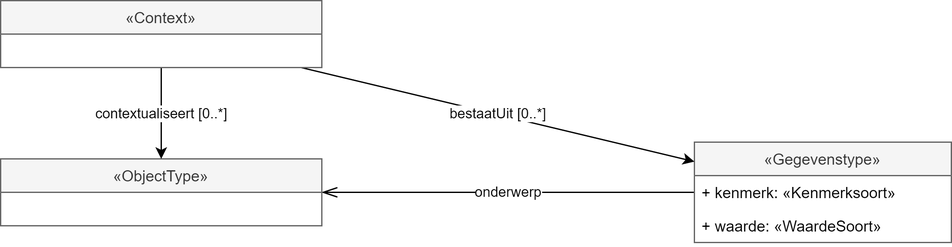
Before: casus/imboom/media/a-metamodel.png, a diagram exported from draw.io (Geonovum/disgeo-imsor). Source tidied: cells renumbered, new cells last; positions are measured from the earlier drawing's top-left corner, leaving out a move shared by most shapes.
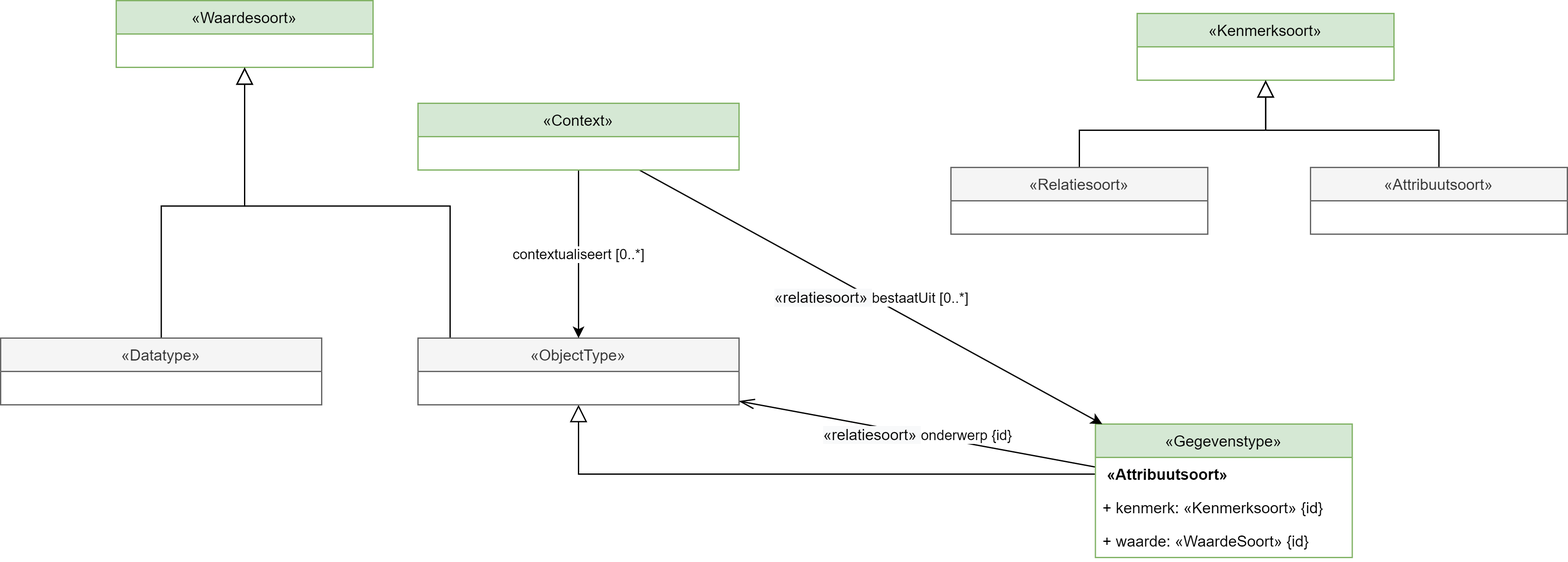
After the change.

The edit, as a diff of the source:
```diff
@@ -2,29 +2,76 @@
   <root>
     <mxCell id="0" />
     <mxCell id="1" parent="0" />
-    <mxCell id="2" value="onderwerp" style="rounded=0;jettySize=auto;html=1;endArrow=openThin;endFill=0;endSize=10;" parent="1" edge="1" source="3" target="6">
+    <mxCell id="2" value="&lt;span style=&quot;font-size: 12px ; text-align: left ; background-color: rgb(248 , 249 , 250)&quot;&gt;«relatiesoort»&amp;nbsp;&lt;/span&gt;onderwerp {id}" style="rounded=0;jettySize=auto;html=1;endArrow=openThin;endFill=0;endSize=10;" parent="1" edge="1" source="4" target="9">
       <mxGeometry relative="1" as="geometry" />
     </mxCell>
-    <mxCell id="3" value="«Gegevenstype»" style="swimlane;fontStyle=0;horizontal=1;startSize=26;fillColor=#f5f5f5;strokeColor=#666666;fontColor=#333333;" parent="1" vertex="1">
-      <mxGeometry x="540" y="110" width="200" height="78" as="geometry" />
+    <mxCell id="3" style="edgeStyle=orthogonalEdgeStyle;rounded=0;jettySize=auto;html=1;endArrow=block;endFill=0;endSize=11;" parent="1" edge="1" source="4" target="9">
+      <mxGeometry relative="1" as="geometry">
+        <Array as="points">
+          <mxPoint x="125" y="106" />
+        </Array>
+      </mxGeometry>
     </mxCell>
-    <mxCell id="4" value="+ kenmerk: «Kenmerksoort»" style="text;strokeColor=none;fillColor=none;align=left;verticalAlign=top;spacingLeft=4;spacingRight=4;overflow=hidden;points=[[0,0.5],[1,0.5]];portConstraint=eastwest;" parent="3" vertex="1">
-      <mxGeometry y="26" width="200" height="26" as="geometry" />
+    <mxCell id="4" value="«Gegevenstype»" style="swimlane;fontStyle=0;horizontal=1;startSize=26;fillColor=#d5e8d4;strokeColor=#82b366;" parent="1" vertex="1">
+      <mxGeometry x="527.5" y="67" width="200" height="104" as="geometry" />
     </mxCell>
-    <mxCell id="5" value="+ waarde: «WaardeSoort»" style="text;strokeColor=none;fillColor=none;align=left;verticalAlign=top;spacingLeft=4;spacingRight=4;overflow=hidden;" parent="3" vertex="1">
-      <mxGeometry y="52" width="200" height="26" as="geometry" />
+    <mxCell id="5" value=" «Attribuutsoort»" style="text;strokeColor=none;fillColor=none;align=left;verticalAlign=top;spacingLeft=4;spacingRight=4;overflow=hidden;fontStyle=1;" parent="4" vertex="1">
+      <mxGeometry y="26" width="200" height="26" as="geometry" />
     </mxCell>
-    <mxCell id="6" value="«ObjectType»" style="swimlane;fontStyle=0;horizontal=1;startSize=26;fillColor=#f5f5f5;strokeColor=#666666;fontColor=#333333;" parent="1" vertex="1">
-      <mxGeometry y="123" width="250" height="52" as="geometry" />
+    <mxCell id="6" value="+ kenmerk: «Kenmerksoort» {id}" style="text;strokeColor=none;fillColor=none;align=left;verticalAlign=top;spacingLeft=4;spacingRight=4;overflow=hidden;points=[[0,0.5],[1,0.5]];portConstraint=eastwest;" parent="4" vertex="1">
+      <mxGeometry y="52" width="200" height="26" as="geometry" />
     </mxCell>
-    <mxCell id="7" value="contextualiseert [0..*]" style="edgeStyle=none;rounded=0;jettySize=auto;html=1;endArrow=classic;endFill=1;endSize=6;" parent="1" edge="1" source="9" target="6">
-      <mxGeometry relative="1" as="geometry" />
+    <mxCell id="7" value="+ waarde: «WaardeSoort» {id}" style="text;strokeColor=none;fillColor=none;align=left;verticalAlign=top;spacingLeft=4;spacingRight=4;overflow=hidden;" parent="4" vertex="1">
+      <mxGeometry y="78" width="200" height="26" as="geometry" />
     </mxCell>
-    <mxCell id="8" value="bestaatUit [0..*]" style="edgeStyle=none;rounded=0;jettySize=auto;html=1;endArrow=classic;endFill=1;endSize=6;" parent="1" edge="1" source="9" target="3">
-      <mxGeometry relative="1" as="geometry" />
+    <mxCell id="8" style="edgeStyle=orthogonalEdgeStyle;rounded=0;jettySize=auto;html=1;endArrow=block;endFill=0;endSize=11;" parent="1" edge="1" source="9" target="13">
+      <mxGeometry relative="1" as="geometry">
+        <Array as="points">
+          <mxPoint x="25" y="-103" />
+          <mxPoint x="-135" y="-103" />
+        </Array>
+      </mxGeometry>
     </mxCell>
-    <mxCell id="9" value="«Context»" style="swimlane;fontStyle=0;horizontal=1;startSize=26;fillColor=#f5f5f5;strokeColor=#666666;fontColor=#333333;" parent="1" vertex="1">
+    <mxCell id="9" value="«ObjectType»" style="swimlane;fontStyle=0;horizontal=1;startSize=26;fillColor=#f5f5f5;strokeColor=#666666;fontColor=#333333;" parent="1" vertex="1">
       <mxGeometry width="250" height="52" as="geometry" />
     </mxCell>
+    <mxCell id="10" value="contextualiseert [0..*]" style="edgeStyle=none;rounded=0;jettySize=auto;html=1;endArrow=classic;endFill=1;endSize=6;" parent="1" edge="1" source="12" target="9">
+      <mxGeometry relative="1" as="geometry" />
+    </mxCell>
+    <mxCell id="11" value="&lt;span style=&quot;font-size: 12px ; text-align: left ; background-color: rgb(248 , 249 , 250)&quot;&gt;«relatiesoort»&amp;nbsp;&lt;/span&gt;bestaatUit [0..*]" style="edgeStyle=none;rounded=0;jettySize=auto;html=1;endArrow=classic;endFill=1;endSize=6;" parent="1" edge="1" source="12" target="4">
+      <mxGeometry relative="1" as="geometry" />
+    </mxCell>
+    <mxCell id="12" value="«Context»" style="swimlane;fontStyle=0;horizontal=1;startSize=26;fillColor=#d5e8d4;strokeColor=#82b366;" parent="1" vertex="1">
+      <mxGeometry y="-183" width="250" height="52" as="geometry" />
+    </mxCell>
+    <mxCell id="13" value="«Waardesoort»" style="swimlane;fontStyle=0;horizontal=1;startSize=26;fillColor=#d5e8d4;strokeColor=#82b366;" parent="1" vertex="1">
+      <mxGeometry x="-235" y="-263" width="200" height="52" as="geometry" />
+    </mxCell>
+    <mxCell id="14" value="«Kenmerksoort»" style="swimlane;fontStyle=0;horizontal=1;startSize=26;fillColor=#d5e8d4;strokeColor=#82b366;" parent="1" vertex="1">
+      <mxGeometry x="560" y="-253" width="200" height="52" as="geometry" />
+    </mxCell>
+    <mxCell id="15" style="edgeStyle=orthogonalEdgeStyle;rounded=0;jettySize=auto;html=1;endArrow=block;endFill=0;endSize=11;" parent="1" edge="1" source="16" target="13">
+      <mxGeometry relative="1" as="geometry">
+        <Array as="points">
+          <mxPoint x="-200" y="-103" />
+          <mxPoint x="-135" y="-103" />
+        </Array>
+      </mxGeometry>
+    </mxCell>
+    <mxCell id="16" value="«Datatype»" style="swimlane;fontStyle=0;horizontal=1;startSize=26;fillColor=#f5f5f5;strokeColor=#666666;fontColor=#333333;" parent="1" vertex="1">
+      <mxGeometry x="-325" width="250" height="52" as="geometry" />
+    </mxCell>
+    <mxCell id="17" style="edgeStyle=orthogonalEdgeStyle;rounded=0;jettySize=auto;html=1;endArrow=block;endFill=0;endSize=11;" parent="1" edge="1" source="18" target="14">
+      <mxGeometry relative="1" as="geometry" />
+    </mxCell>
+    <mxCell id="18" value="«Attribuutsoort»" style="swimlane;fontStyle=0;horizontal=1;startSize=26;fillColor=#f5f5f5;strokeColor=#666666;fontColor=#333333;" parent="1" vertex="1">
+      <mxGeometry x="695" y="-133" width="200" height="52" as="geometry" />
+    </mxCell>
+    <mxCell id="19" style="edgeStyle=orthogonalEdgeStyle;rounded=0;jettySize=auto;html=1;endArrow=block;endFill=0;endSize=11;" parent="1" edge="1" source="20" target="14">
+      <mxGeometry relative="1" as="geometry" />
+    </mxCell>
+    <mxCell id="20" value="«Relatiesoort»" style="swimlane;fontStyle=0;horizontal=1;startSize=26;fillColor=#f5f5f5;strokeColor=#666666;fontColor=#333333;" parent="1" vertex="1">
+      <mxGeometry x="415" y="-133" width="200" height="52" as="geometry" />
+    </mxCell>
   </root>
 </mxGraphModel>
```
